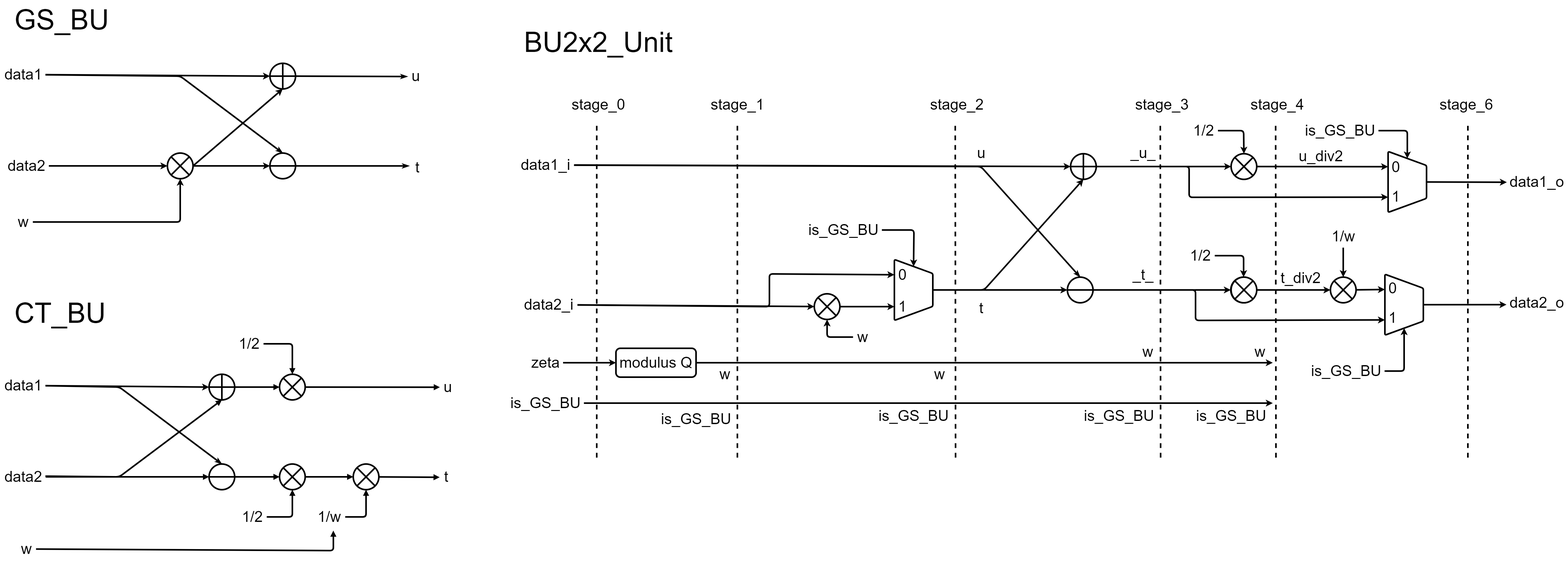
Before: src/BFU.drawio.png, a diagram exported from draw.io (cuongdp2k2/BLU). Source tidied: cells renumbered, new cells last; positions are measured from the earlier drawing's top-left corner, leaving out a move shared by most shapes.
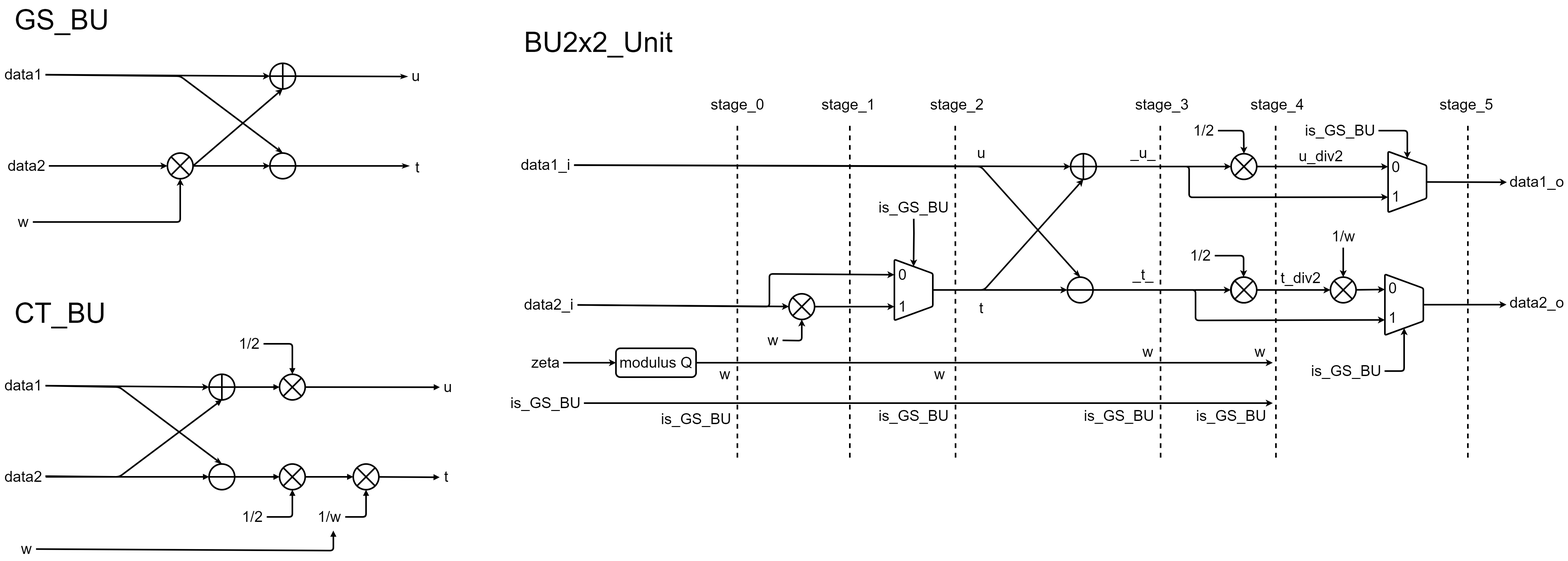
Above is the later version.

Diff of the diagram source:
```diff
@@ -160,7 +160,7 @@
       <mxGeometry relative="1" as="geometry" />
     </mxCell>
     <mxCell id="45" style="shape=sumEllipse;perimeter=ellipsePerimeter;whiteSpace=wrap;html=1;backgroundOutline=1;strokeWidth=5;rounded=1;" parent="1" vertex="1">
-      <mxGeometry x="2539" y="914" width="80" height="80" as="geometry" />
+      <mxGeometry x="2460" y="914" width="80" height="80" as="geometry" />
     </mxCell>
     <mxCell id="46" style="edgeStyle=none;html=1;exitX=1;exitY=0.5;exitDx=0;exitDy=0;entryX=0;entryY=0.5;entryDx=0;entryDy=0;strokeWidth=5;fontSize=47;" parent="1" edge="1" source="48" target="61">
       <mxGeometry relative="1" as="geometry" />
@@ -367,7 +367,7 @@
         <mxPoint x="4579" y="1430" as="targetPoint" />
       </mxGeometry>
     </mxCell>
-    <mxCell id="99" value="&lt;font style=&quot;font-size: 47px;&quot;&gt;stage_1&lt;br&gt;&lt;/font&gt;" style="text;html=1;align=center;verticalAlign=middle;strokeColor=none;fillColor=none;fontSize=87;rounded=1;strokeWidth=5;" parent="1" vertex="1">
+    <mxCell id="99" value="&lt;font style=&quot;font-size: 47px;&quot;&gt;stage_0&lt;br&gt;&lt;/font&gt;" style="text;html=1;align=center;verticalAlign=middle;strokeColor=none;fillColor=none;fontSize=87;rounded=1;strokeWidth=5;arcSize=47;" parent="1" vertex="1">
       <mxGeometry x="2204" y="250" width="190" height="120" as="geometry" />
     </mxCell>
     <mxCell id="100" value="&lt;font style=&quot;font-size: 47px;&quot;&gt;stage_2&lt;br&gt;&lt;/font&gt;" style="text;html=1;align=center;verticalAlign=middle;strokeColor=none;fillColor=none;fontSize=87;rounded=1;strokeWidth=5;" parent="1" vertex="1">
@@ -379,7 +379,7 @@
     <mxCell id="102" value="&lt;font style=&quot;font-size: 47px;&quot;&gt;stage_4&lt;br&gt;&lt;/font&gt;" style="text;html=1;align=center;verticalAlign=middle;strokeColor=none;fillColor=none;fontSize=87;rounded=1;strokeWidth=5;" parent="1" vertex="1">
       <mxGeometry x="3889" y="250" width="190" height="120" as="geometry" />
     </mxCell>
-    <mxCell id="103" value="&lt;font style=&quot;font-size: 47px;&quot;&gt;stage_6&lt;br&gt;&lt;/font&gt;" style="text;html=1;align=center;verticalAlign=middle;strokeColor=none;fillColor=none;fontSize=87;rounded=1;strokeWidth=5;" parent="1" vertex="1">
+    <mxCell id="103" value="&lt;font style=&quot;font-size: 47px;&quot;&gt;stage_5&lt;br&gt;&lt;/font&gt;" style="text;html=1;align=center;verticalAlign=middle;strokeColor=none;fillColor=none;fontSize=87;rounded=1;strokeWidth=5;" parent="1" vertex="1">
       <mxGeometry x="4479" y="250" width="190" height="120" as="geometry" />
     </mxCell>
     <mxCell id="104" style="edgeStyle=none;html=1;strokeWidth=5;fontSize=47;" parent="1" edge="1" source="105">
@@ -390,15 +390,6 @@
     <mxCell id="105" value="modulus Q" style="rounded=1;whiteSpace=wrap;html=1;fontSize=47;strokeWidth=5;" parent="1" vertex="1">
       <mxGeometry x="1920" y="1084" width="250" height="90" as="geometry" />
     </mxCell>
-    <mxCell id="106" style="endArrow=none;dashed=1;html=1;strokeWidth=5;fontSize=87;" parent="1" edge="1">
-      <mxGeometry relative="1" as="geometry">
-        <mxPoint x="1860" y="390" as="sourcePoint" />
-        <mxPoint x="1860" y="1430" as="targetPoint" />
-      </mxGeometry>
-    </mxCell>
-    <mxCell id="107" value="&lt;font style=&quot;font-size: 47px;&quot;&gt;stage_0&lt;br&gt;&lt;/font&gt;" style="text;html=1;align=center;verticalAlign=middle;strokeColor=none;fillColor=none;fontSize=87;rounded=1;strokeWidth=5;" parent="1" vertex="1">
-      <mxGeometry x="1770" y="250" width="190" height="120" as="geometry" />
-    </mxCell>
     <mxCell id="108" value="w" style="text;html=1;align=center;verticalAlign=middle;strokeColor=none;fillColor=none;fontSize=47;rounded=1;strokeWidth=5;" parent="1" vertex="1">
       <mxGeometry x="2230" y="1130" width="60" height="70" as="geometry" />
     </mxCell>
@@ -422,15 +413,15 @@
     <mxCell id="114" value="is_GS_BU" style="text;html=1;align=center;verticalAlign=middle;strokeColor=none;fillColor=none;fontSize=47;rounded=1;strokeWidth=5;" parent="1" vertex="1">
       <mxGeometry x="2050" y="1270" width="240" height="70" as="geometry" />
     </mxCell>
-    <mxCell id="115" style="edgeStyle=none;html=1;entryX=0.5;entryY=1;entryDx=0;entryDy=0;strokeWidth=5;fontSize=47;" parent="1" edge="1" source="116" target="45">
+    <mxCell id="115" style="html=1;entryX=0.5;entryY=1;entryDx=0;entryDy=0;strokeWidth=5;fontSize=47;" parent="1" edge="1" source="116" target="45">
       <mxGeometry relative="1" as="geometry">
         <Array as="points">
-          <mxPoint x="2579" y="1049" />
+          <mxPoint x="2500" y="1060" />
         </Array>
       </mxGeometry>
     </mxCell>
     <mxCell id="116" value="w" style="text;html=1;align=center;verticalAlign=middle;points=[];strokeColor=none;fillColor=none;fontSize=47;rounded=1;strokeWidth=5;" parent="1" vertex="1">
-      <mxGeometry x="2660" y="1014" width="60" height="70" as="geometry" />
+      <mxGeometry x="2380" y="1024" width="60" height="70" as="geometry" />
     </mxCell>
     <mxCell id="117" value="is_GS_BU" style="text;html=1;align=center;verticalAlign=middle;strokeColor=none;fillColor=none;fontSize=47;rounded=1;strokeWidth=5;" parent="1" vertex="1">
       <mxGeometry x="2729" y="1260" width="240" height="70" as="geometry" />
@@ -469,7 +460,7 @@
       </mxGeometry>
     </mxCell>
     <mxCell id="125" value="is_GS_BU" style="text;html=1;align=center;verticalAlign=middle;points=[];strokeColor=none;fillColor=none;fontSize=47;rounded=1;strokeWidth=5;" parent="1" vertex="1">
-      <mxGeometry x="2510" y="680" width="240" height="70" as="geometry" />
+      <mxGeometry x="2729" y="610" width="240" height="70" as="geometry" />
     </mxCell>
     <mxCell id="126" value="t" style="text;html=1;align=center;verticalAlign=middle;strokeColor=none;fillColor=none;fontSize=47;strokeWidth=5;" parent="1" vertex="1">
       <mxGeometry x="3040" y="924" width="40" height="70" as="geometry" />
@@ -489,5 +480,14 @@
     <mxCell id="131" value="t_div2" style="text;html=1;align=center;verticalAlign=middle;strokeColor=none;fillColor=none;fontSize=47;strokeWidth=5;" parent="1" vertex="1">
       <mxGeometry x="3982" y="830" width="150" height="70" as="geometry" />
     </mxCell>
+    <mxCell id="132" style="endArrow=none;dashed=1;html=1;strokeWidth=5;fontSize=87;" parent="1" edge="1">
+      <mxGeometry relative="1" as="geometry">
+        <mxPoint x="2650" y="390" as="sourcePoint" />
+        <mxPoint x="2650" y="1430" as="targetPoint" />
+      </mxGeometry>
+    </mxCell>
+    <mxCell id="133" value="&lt;font style=&quot;font-size: 47px;&quot;&gt;stage_1&lt;br&gt;&lt;/font&gt;" style="text;html=1;align=center;verticalAlign=middle;strokeColor=none;fillColor=none;fontSize=87;rounded=1;strokeWidth=5;" parent="1" vertex="1">
+      <mxGeometry x="2550" y="250" width="190" height="120" as="geometry" />
+    </mxCell>
   </root>
 </mxGraphModel>
```
